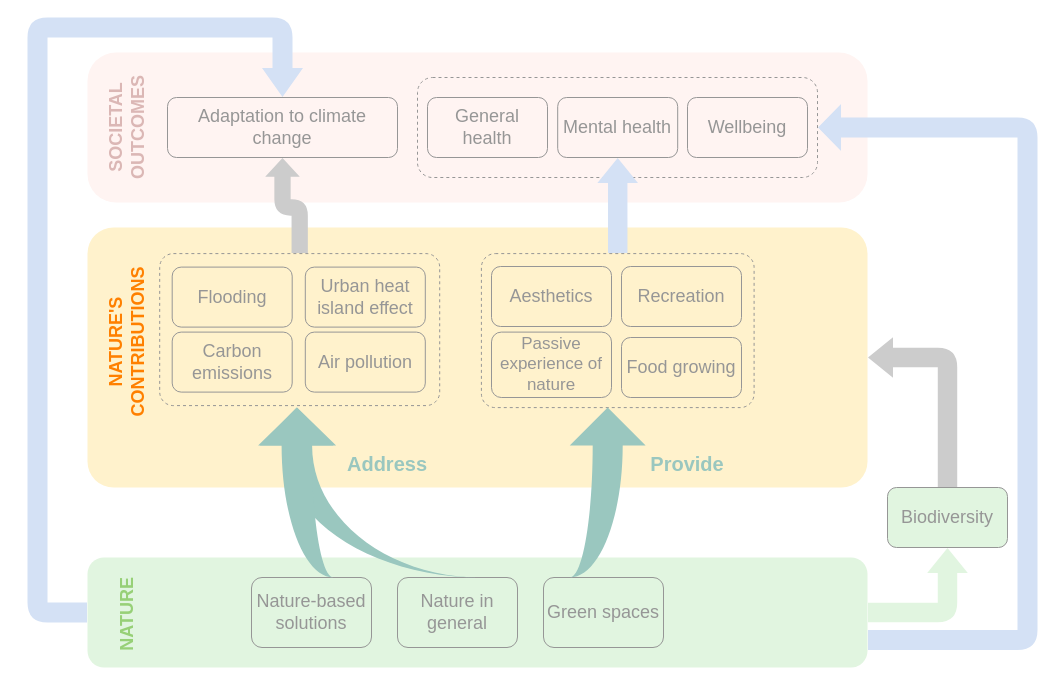
Before: PercRoleNature.drawio in nadasaidi/automatic-funicular, a draw.io diagram. Source tidied: cells renumbered, new cells numbered last; positions are measured from the earlier drawing's top-left corner, leaving out a move shared by most shapes. Both pictures are drawn from the tidied source at 100%, with x=0, y=0 at pixel (37, 27).
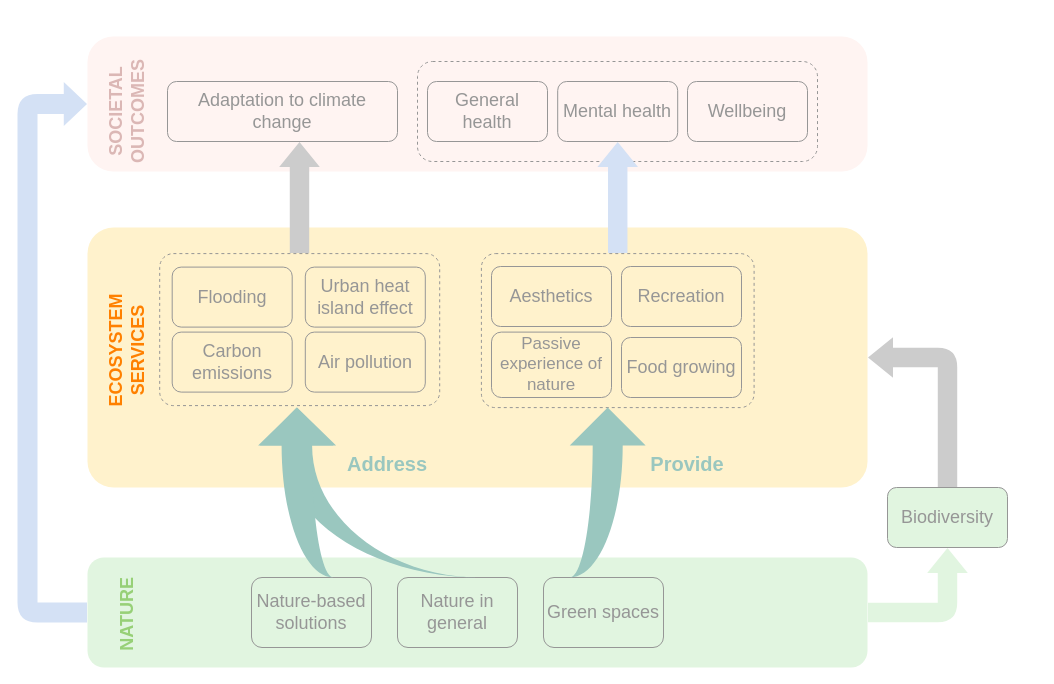
After the change.

Unchanged cells that the change refers to:
```xml
<mxCell id="3" style="rounded=1;whiteSpace=wrap;html=1;fontFamily=CMU Sans Serif;FType=g;fontSize=16;strokeColor=none;fillColor=#E1F5E0;" parent="1" vertex="1">
  <mxGeometry x="50" y="530" width="780" height="110" as="geometry" />
</mxCell>
<mxCell id="8" style="rounded=1;whiteSpace=wrap;html=1;fillColor=none;fontFamily=CMU Sans Serif;fontSize=18;arcSize=9;strokeColor=#969696;dashed=1;" parent="1" vertex="1">
  <mxGeometry x="122.2" y="226.1" width="280" height="152" as="geometry" />
</mxCell>
```

Diff of the diagram source:
```diff
@@
     <mxCell id="2" style="rounded=1;whiteSpace=wrap;html=1;fontFamily=CMU Sans Serif;fontSize=18;strokeColor=none;arcSize=19;fillColor=#FFF4F2;" parent="1" vertex="1">
-      <mxGeometry x="50" y="25" width="780" height="150" as="geometry" />
+      <mxGeometry x="50" y="9" width="780" height="135" as="geometry" />
     </mxCell>
@@
     <mxCell id="4" style="rounded=1;whiteSpace=wrap;html=1;fontFamily=CMU Sans Serif;fontSize=18;fillColor=none;strokeColor=#969696;fontColor=#969696;dashed=1;" parent="1" vertex="1">
-      <mxGeometry x="380" y="50" width="400" height="100" as="geometry" />
+      <mxGeometry x="380" y="34" width="400" height="100" as="geometry" />
     </mxCell>
@@
-    <mxCell id="7" style="edgeStyle=orthogonalEdgeStyle;shape=flexArrow;rounded=1;jettySize=auto;html=1;exitX=0.5;exitY=0;exitDx=0;exitDy=0;shadow=0;dashed=1;fillColor=#CCCCCC;fontFamily=CMU Sans Serif;fontSize=18;fontColor=#969696;strokeColor=none;width=16.27906976744186;endSize=5.91764705882353;endWidth=17.318741450068398;entryX=0.5;entryY=1;entryDx=0;entryDy=0;" parent="1" edge="1" source="8" target="23">
-      <mxGeometry relative="1" as="geometry">
-        <Array as="points">
-          <mxPoint x="262" y="180" />
-          <mxPoint x="245" y="180" />
-        </Array>
-      </mxGeometry>
-    </mxCell>
@@
     <mxCell id="21" value="Mental health" style="rounded=1;whiteSpace=wrap;html=1;fillColor=none;fontFamily=CMU Sans Serif;FType=g;fontSize=18;strokeColor=#969696;fontColor=#969696;" parent="1" vertex="1">
-      <mxGeometry x="520.2" y="70" width="120" height="60" as="geometry" />
+      <mxGeometry x="520.2" y="54" width="120" height="60" as="geometry" />
     </mxCell>
     <mxCell id="22" value="General health" style="rounded=1;whiteSpace=wrap;html=1;fillColor=none;fontFamily=CMU Sans Serif;FType=g;fontSize=18;strokeColor=#969696;fontColor=#969696;" parent="1" vertex="1">
-      <mxGeometry x="390" y="70" width="120" height="60" as="geometry" />
+      <mxGeometry x="390" y="54" width="120" height="60" as="geometry" />
     </mxCell>
     <mxCell id="23" value="Adaptation to climate change" style="rounded=1;whiteSpace=wrap;html=1;fillColor=none;fontFamily=CMU Sans Serif;FType=g;fontSize=18;strokeColor=#969696;fontColor=#969696;" parent="1" vertex="1">
-      <mxGeometry x="130" y="70" width="230" height="60" as="geometry" />
+      <mxGeometry x="130" y="54" width="230" height="60" as="geometry" />
     </mxCell>
@@
-    <mxCell id="26" style="rounded=1;jettySize=auto;html=1;exitX=1;exitY=0.75;exitDx=0;exitDy=0;fontFamily=CMU Sans Serif;fontSize=18;shape=flexArrow;edgeStyle=orthogonalEdgeStyle;sketch=0;shadow=0;strokeColor=none;width=20;endSize=7.344827586206897;endWidth=26;entryX=1;entryY=0.5;entryDx=0;entryDy=0;fillColor=#D4E1F5;" parent="1" edge="1" source="3" target="4">
-      <mxGeometry relative="1" as="geometry">
-        <Array as="points">
-          <mxPoint x="990" y="613" />
-          <mxPoint x="990" y="100" />
-        </Array>
-      </mxGeometry>
-    </mxCell>
-    <mxCell id="27" value="NATURE'S CONTRIBUTIONS" style="text;html=1;strokeColor=none;fillColor=none;align=center;verticalAlign=middle;whiteSpace=wrap;rounded=0;fontFamily=CMU Sans Serif;fontSize=18;rotation=-90;fontStyle=1;fontColor=#FF8000;" parent="1" vertex="1">
-      <mxGeometry x="70" y="304.6" width="40" height="20" as="geometry" />
+    <mxCell id="27" value="&lt;div&gt;ECOSYSTEM SERVICES&lt;/div&gt;" style="text;html=1;strokeColor=none;fillColor=none;align=center;verticalAlign=middle;whiteSpace=wrap;rounded=0;fontFamily=CMU Sans Serif;fontSize=18;rotation=-90;fontStyle=1;fontColor=#FF8000;" parent="1" vertex="1">
+      <mxGeometry x="70" y="313" width="40" height="20" as="geometry" />
     </mxCell>
@@
     <mxCell id="31" value="Wellbeing" style="rounded=1;whiteSpace=wrap;html=1;fillColor=none;fontFamily=CMU Sans Serif;FType=g;fontSize=18;strokeColor=#969696;fontColor=#969696;" parent="1" vertex="1">
-      <mxGeometry x="650" y="70" width="120" height="60" as="geometry" />
+      <mxGeometry x="650" y="54" width="120" height="60" as="geometry" />
     </mxCell>
@@
     <mxCell id="36" value="SOCIETAL OUTCOMES" style="text;html=1;strokeColor=none;fillColor=none;align=center;verticalAlign=middle;whiteSpace=wrap;rounded=0;fontFamily=CMU Sans Serif;fontSize=18;rotation=-90;fontStyle=1;fontColor=#DBB7B5;" parent="1" vertex="1">
-      <mxGeometry x="70" y="90" width="40" height="20" as="geometry" />
+      <mxGeometry x="70" y="74" width="40" height="20" as="geometry" />
     </mxCell>
-    <mxCell id="37" style="edgeStyle=orthogonalEdgeStyle;shape=flexArrow;rounded=1;jettySize=auto;html=1;exitX=0;exitY=0.5;exitDx=0;exitDy=0;entryX=0.5;entryY=0;entryDx=0;entryDy=0;shadow=0;dashed=1;fontFamily=CMU Sans Serif;fontSize=19;fontColor=#97D077;width=20;endSize=9.331428571428571;strokeColor=none;fillColor=#D4E1F5;" parent="1" edge="1" source="3" target="23">
+    <mxCell id="37" style="edgeStyle=orthogonalEdgeStyle;shape=flexArrow;rounded=1;jettySize=auto;html=1;exitX=0;exitY=0.5;exitDx=0;exitDy=0;shadow=0;dashed=1;fontFamily=CMU Sans Serif;fontSize=19;fontColor=#97D077;width=20;endSize=7.406896551724138;strokeColor=none;fillColor=#D4E1F5;endWidth=22.758620689655174;entryX=0;entryY=0.5;entryDx=0;entryDy=0;" parent="1" edge="1" source="3" target="2">
       <mxGeometry relative="1" as="geometry">
         <Array as="points">
-          <mxPoint y="585" />
-          <mxPoint />
-          <mxPoint x="245" />
+          <mxPoint x="-10" y="585" />
+          <mxPoint x="-10" y="77" />
         </Array>
       </mxGeometry>
     </mxCell>
+    <mxCell id="38" style="edgeStyle=orthogonalEdgeStyle;shape=flexArrow;rounded=1;orthogonalLoop=1;jettySize=auto;html=1;exitX=0.5;exitY=0;exitDx=0;exitDy=0;shadow=0;fontFamily=CMU Sans Serif;fontSize=18;strokeColor=none;width=19.444444444444443;endSize=8;endWidth=20.15432098765432;entryX=0.5;entryY=1;entryDx=0;entryDy=0;fillColor=#CCCCCC;" parent="1" edge="1">
+      <mxGeometry relative="1" as="geometry">
+        <mxPoint x="262" y="226.1" as="sourcePoint" />
+        <mxPoint x="262" y="114" as="targetPoint" />
+        <Array as="points">
+          <mxPoint x="261.8" y="226" />
+        </Array>
+      </mxGeometry>
+    </mxCell>
```
